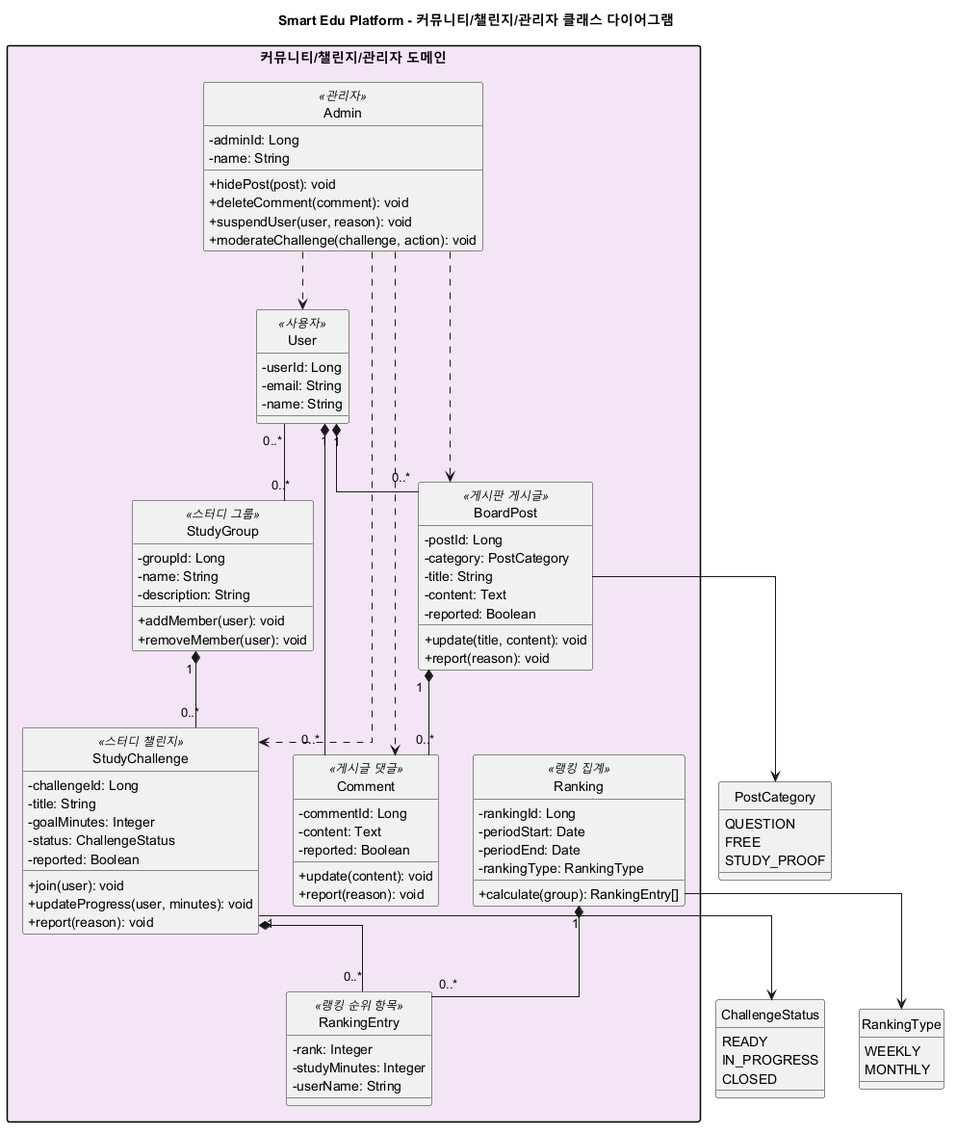
Before: screenshots/class-diagram/class-diagram-community-admin.png, a diagram exported from PlantUML (jeongiryang/SoftwareEngineering_team15_project_-Smart-Edu-Platform). Source of this version:
```plantuml
@startuml class-diagram-community-admin
title Smart Edu Platform - 커뮤니티/챌린지/관리자 클래스 다이어그램

skinparam classAttributeIconSize 0
skinparam shadowing false
skinparam linetype ortho
skinparam packageStyle rectangle
hide circle

package "커뮤니티/챌린지/관리자 도메인" #F3E5F5 {
  class User <<사용자>> {
    - userId: Long
    - email: String
    - name: String
  }

  class Admin <<관리자>> {
    - adminId: Long
    - name: String
    + hidePost(post): void
    + deleteComment(comment): void
    + suspendUser(user, reason): void
    + moderateChallenge(challenge, action): void
  }

  class BoardPost <<게시판 게시글>> {
    - postId: Long
    - category: PostCategory
    - title: String
    - content: Text
    - reported: Boolean
    + update(title, content): void
    + report(reason): void
  }

  class Comment <<게시글 댓글>> {
    - commentId: Long
    - content: Text
    - reported: Boolean
    + update(content): void
    + report(reason): void
  }

  class StudyGroup <<스터디 그룹>> {
    - groupId: Long
    - name: String
    - description: String
    + addMember(user): void
    + removeMember(user): void
  }

  class StudyChallenge <<스터디 챌린지>> {
    - challengeId: Long
    - title: String
    - goalMinutes: Integer
    - status: ChallengeStatus
    - reported: Boolean
    + join(user): void
    + updateProgress(user, minutes): void
    + report(reason): void
  }

  class Ranking <<랭킹 집계>> {
    - rankingId: Long
    - periodStart: Date
    - periodEnd: Date
    - rankingType: RankingType
    + calculate(group): RankingEntry[]
  }

  class RankingEntry <<랭킹 순위 항목>> {
    - rank: Integer
    - studyMinutes: Integer
    - userName: String
  }
}

enum PostCategory {
  QUESTION
  FREE
  STUDY_PROOF
}

enum ChallengeStatus {
  READY
  IN_PROGRESS
  CLOSED
}

enum RankingType {
  WEEKLY
  MONTHLY
}

User "1" *-- "0..*" BoardPost
User "1" *-- "0..*" Comment
BoardPost "1" *-- "0..*" Comment
User "0..*" -- "0..*" StudyGroup
StudyGroup "1" *-- "0..*" StudyChallenge
StudyChallenge "1" *-- "0..*" RankingEntry
Ranking "1" *-- "0..*" RankingEntry
Admin ..> BoardPost
Admin ..> Comment
Admin ..> User
Admin ..> StudyChallenge
BoardPost --> PostCategory
StudyChallenge --> ChallengeStatus
Ranking --> RankingType
@enduml
```
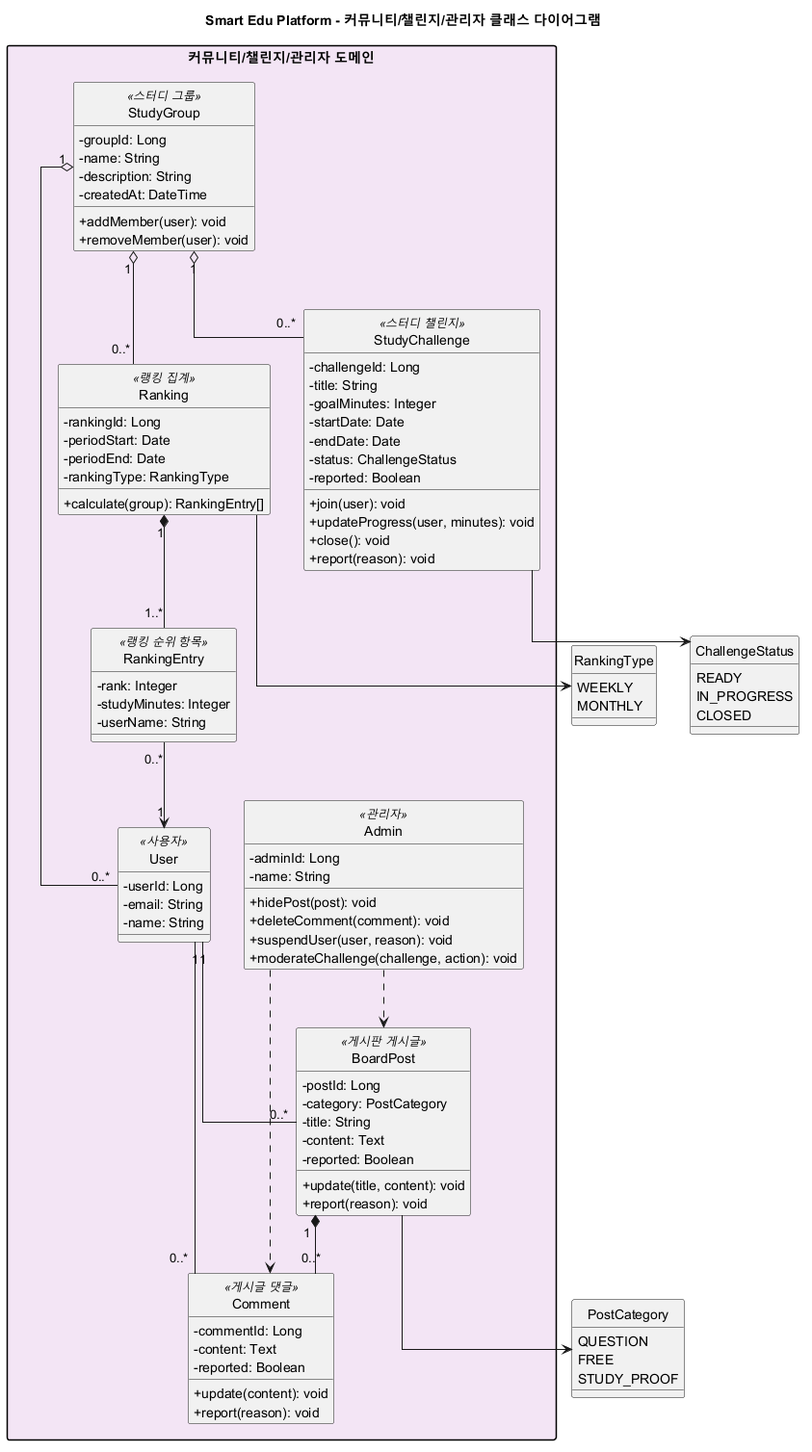
Above is the later version.

The edit, as a diff of the source:
```diff
@@ -45,6 +45,7 @@
     - groupId: Long
     - name: String
     - description: String
+    - createdAt: DateTime
     + addMember(user): void
     + removeMember(user): void
   }
@@ -53,10 +54,13 @@
     - challengeId: Long
     - title: String
     - goalMinutes: Integer
+    - startDate: Date
+    - endDate: Date
     - status: ChallengeStatus
     - reported: Boolean
     + join(user): void
     + updateProgress(user, minutes): void
+    + close(): void
     + report(reason): void
   }
 
@@ -92,17 +96,16 @@
   MONTHLY
 }
 
-User "1" *-- "0..*" BoardPost
-User "1" *-- "0..*" Comment
+User "1" -- "0..*" BoardPost
+User "1" -- "0..*" Comment
 BoardPost "1" *-- "0..*" Comment
-User "0..*" -- "0..*" StudyGroup
-StudyGroup "1" *-- "0..*" StudyChallenge
-StudyChallenge "1" *-- "0..*" RankingEntry
-Ranking "1" *-- "0..*" RankingEntry
+StudyGroup "1" o-- "0..*" User
+StudyGroup "1" o-- "0..*" StudyChallenge
+StudyGroup "1" o-- "0..*" Ranking
+Ranking "1" *-- "1..*" RankingEntry
+RankingEntry "0..*" --> "1" User
 Admin ..> BoardPost
 Admin ..> Comment
-Admin ..> User
-Admin ..> StudyChallenge
 BoardPost --> PostCategory
 StudyChallenge --> ChallengeStatus
 Ranking --> RankingType
```
